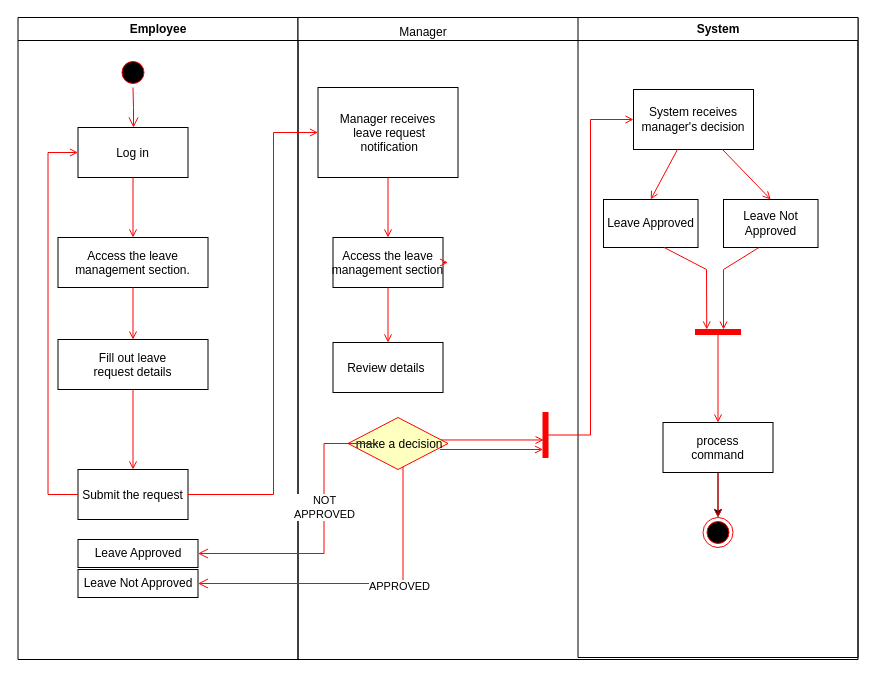
Before: Request Leave Diagram.drawio in Arisa-Ndreu/test, a draw.io diagram. Source tidied: cells renumbered, new cells numbered last; positions are measured from the earlier drawing's top-left corner, leaving out a move shared by most shapes. Both pictures are drawn from the tidied source at 100%, with x=0, y=0 at pixel (17, 17).
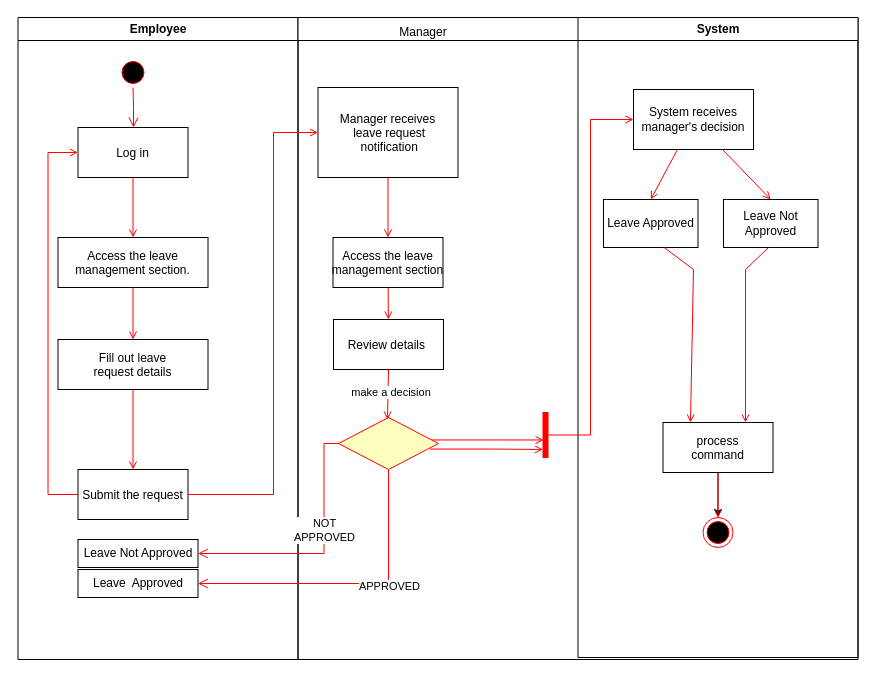
The same diagram, later.

Unchanged cells that the change refers to:
```xml
<mxCell id="2" value="Employee" style="swimlane;whiteSpace=wrap;" parent="1" vertex="1">
  <mxGeometry x="0.5" width="280" height="642" as="geometry" />
</mxCell>
<mxCell id="15" style="swimlane;whiteSpace=wrap;" parent="1" vertex="1">
  <mxGeometry x="280.5" width="560" height="642" as="geometry" />
</mxCell>
<mxCell id="17" value="Access the leave &#10;management section" parent="15" vertex="1">
  <mxGeometry x="35" y="220" width="110" height="50" as="geometry" />
</mxCell>
<mxCell id="23" value="System" style="swimlane;whiteSpace=wrap;" parent="15" vertex="1">
  <mxGeometry x="280" width="280" height="640" as="geometry" />
</mxCell>
<mxCell id="25" value="process&#10;command" parent="23" vertex="1">
  <mxGeometry x="85" y="405" width="110" height="50" as="geometry" />
</mxCell>
```

What changed in the source:
```diff
@@
-    <mxCell id="13" value="Leave Approved" style="rounded=0;whiteSpace=wrap;html=1;" parent="2" vertex="1">
+    <mxCell id="13" value="Leave Not Approved" style="rounded=0;whiteSpace=wrap;html=1;" parent="2" vertex="1">
       <mxGeometry x="60" y="522" width="120" height="28" as="geometry" />
     </mxCell>
-    <mxCell id="14" value="Leave Not Approved" style="rounded=0;whiteSpace=wrap;html=1;" parent="2" vertex="1">
+    <mxCell id="14" value="&lt;span style=&quot;color: rgb(0, 0, 0); font-family: Helvetica; font-size: 12px; font-style: normal; font-variant-ligatures: normal; font-variant-caps: normal; font-weight: 400; letter-spacing: normal; orphans: 2; text-align: center; text-indent: 0px; text-transform: none; widows: 2; word-spacing: 0px; -webkit-text-stroke-width: 0px; background-color: rgb(251, 251, 251); text-decoration-thickness: initial; text-decoration-style: initial; text-decoration-color: initial; float: none; display: inline !important;&quot;&gt;Leave&amp;nbsp; Approved&lt;/span&gt;" style="rounded=0;whiteSpace=wrap;html=1;" parent="2" vertex="1">
       <mxGeometry x="60" y="552" width="120" height="28" as="geometry" />
     </mxCell>
@@
     <mxCell id="19" value="Review details " parent="15" vertex="1">
-      <mxGeometry x="35" y="325" width="110" height="50" as="geometry" />
+      <mxGeometry x="35.5" y="302" width="110" height="50" as="geometry" />
     </mxCell>
@@
-    <mxCell id="21" style="endArrow=open;strokeColor=#FF0000;endFill=1;rounded=0;" parent="15" edge="1" source="17">
-      <mxGeometry relative="1" as="geometry">
-        <mxPoint x="150" y="245" as="targetPoint" />
-      </mxGeometry>
-    </mxCell>
@@
-    <mxCell id="30" style="whiteSpace=wrap;strokeColor=#FF0000;fillColor=#FF0000;rotation=90;" parent="23" vertex="1">
-      <mxGeometry x="137.5" y="292" width="5" height="45" as="geometry" />
-    </mxCell>
-    <mxCell id="31" style="endArrow=open;strokeColor=#FF0000;endFill=1;rounded=0;entryX=0;entryY=0.75;entryDx=0;entryDy=0;" parent="23" edge="1" target="30">
+    <mxCell id="31" style="endArrow=open;strokeColor=#FF0000;endFill=1;rounded=0;entryX=0.25;entryY=0;entryDx=0;entryDy=0;" parent="23" edge="1" target="25">
       <mxGeometry relative="1" as="geometry">
         <mxPoint x="86.2" y="230" as="sourcePoint" />
         <Array as="points">
-          <mxPoint x="128.5" y="252" />
+          <mxPoint x="115.5" y="252" />
         </Array>
       </mxGeometry>
     </mxCell>
-    <mxCell id="32" style="endArrow=open;strokeColor=#FF0000;endFill=1;rounded=0;" parent="23" edge="1">
+    <mxCell id="32" style="endArrow=open;strokeColor=#FF0000;endFill=1;rounded=0;entryX=0.75;entryY=0;entryDx=0;entryDy=0;" parent="23" edge="1" target="25">
       <mxGeometry relative="1" as="geometry">
-        <mxPoint x="181" y="230" as="sourcePoint" />
-        <mxPoint x="145.5" y="312" as="targetPoint" />
+        <mxPoint x="190.5" y="230" as="sourcePoint" />
         <Array as="points">
-          <mxPoint x="145.5" y="252" />
+          <mxPoint x="167.5" y="252" />
         </Array>
       </mxGeometry>
     </mxCell>
-    <mxCell id="33" style="endArrow=open;strokeColor=#FF0000;endFill=1;rounded=0;exitX=1;exitY=0.5;exitDx=0;exitDy=0;" parent="23" edge="1" source="30" target="25">
-      <mxGeometry relative="1" as="geometry" />
-    </mxCell>
@@
-    <mxCell id="35" value=" make a decision" style="rhombus;fillColor=#ffffc0;strokeColor=#ff0000;" parent="15" vertex="1">
-      <mxGeometry x="50" y="400" width="100" height="52" as="geometry" />
+    <mxCell id="35" style="rhombus;fillColor=#ffffc0;strokeColor=#ff0000;" parent="15" vertex="1">
+      <mxGeometry x="40.5" y="400" width="100" height="52" as="geometry" />
     </mxCell>
-    <mxCell id="36" style="edgeStyle=elbowEdgeStyle;elbow=horizontal;align=left;verticalAlign=top;endArrow=open;endSize=8;strokeColor=#FF0000;endFill=1;rounded=0;entryX=1;entryY=0.5;entryDx=0;entryDy=0;" parent="15" edge="1" target="13">
-      <mxGeometry x="-1" relative="1" as="geometry">
-        <mxPoint x="80" y="426" as="sourcePoint" />
-        <Array as="points">
-          <mxPoint x="26" y="482" />
-        </Array>
-      </mxGeometry>
-    </mxCell>
-    <mxCell id="37" value="NOT&lt;br&gt;APPROVED" style="edgeLabel;html=1;align=center;verticalAlign=middle;" parent="36" vertex="1">
-      <mxGeometry x="-0.19" relative="1" as="geometry" />
-    </mxCell>
-    <mxCell id="38" style="edgeStyle=elbowEdgeStyle;elbow=horizontal;entryX=0.126;entryY=0.611;strokeColor=#FF0000;endArrow=open;endFill=1;rounded=0;exitX=0.929;exitY=0.432;exitDx=0;exitDy=0;exitPerimeter=0;entryDx=0;entryDy=0;entryPerimeter=0;" parent="15" edge="1">
+    <mxCell id="38" style="edgeStyle=elbowEdgeStyle;elbow=horizontal;entryX=0.126;entryY=0.611;strokeColor=#FF0000;endArrow=open;endFill=1;rounded=0;exitX=0.916;exitY=0.607;exitDx=0;exitDy=0;exitPerimeter=0;entryDx=0;entryDy=0;entryPerimeter=0;" parent="15" edge="1" source="35">
       <mxGeometry relative="1" as="geometry">
-        <mxPoint x="142" y="432" as="sourcePoint" />
         <mxPoint x="245" y="432" as="targetPoint" />
         <Array as="points">
           <mxPoint x="195" y="432" />
         </Array>
       </mxGeometry>
     </mxCell>
@@
+    <mxCell id="47" style="endArrow=open;strokeColor=#FF0000;endFill=1;rounded=0;exitX=0.5;exitY=1;exitDx=0;exitDy=0;" parent="15" edge="1" source="19">
+      <mxGeometry relative="1" as="geometry">
+        <mxPoint x="89.5" y="402" as="targetPoint" />
+      </mxGeometry>
+    </mxCell>
+    <mxCell id="48" value="&amp;nbsp;make a decision" style="edgeLabel;html=1;align=center;verticalAlign=middle;" parent="47" vertex="1">
+      <mxGeometry x="-0.13" y="1" relative="1" as="geometry" />
+    </mxCell>
@@
     <mxCell id="41" style="edgeStyle=elbowEdgeStyle;elbow=horizontal;align=left;verticalAlign=bottom;endArrow=open;endSize=8;strokeColor=#FF0000;endFill=1;rounded=0;" parent="1" edge="1" source="35" target="14">
       <mxGeometry x="-1" relative="1" as="geometry">
         <Array as="points">
+          <mxPoint x="371" y="472" />
           <mxPoint x="385.5" y="414.5" />
         </Array>
       </mxGeometry>
     </mxCell>
@@
+    <mxCell id="36" style="edgeStyle=elbowEdgeStyle;elbow=horizontal;align=left;verticalAlign=top;endArrow=open;endSize=8;strokeColor=#FF0000;endFill=1;rounded=0;entryX=1;entryY=0.5;entryDx=0;entryDy=0;exitX=0;exitY=0.5;exitDx=0;exitDy=0;" parent="1" edge="1" source="35" target="13">
+      <mxGeometry x="-1" relative="1" as="geometry">
+        <Array as="points">
+          <mxPoint x="306.5" y="482" />
+        </Array>
+      </mxGeometry>
+    </mxCell>
+    <mxCell id="37" value="NOT&lt;br&gt;APPROVED" style="edgeLabel;html=1;align=center;verticalAlign=middle;" parent="36" vertex="1">
+      <mxGeometry x="-0.19" relative="1" as="geometry" />
+    </mxCell>
```
